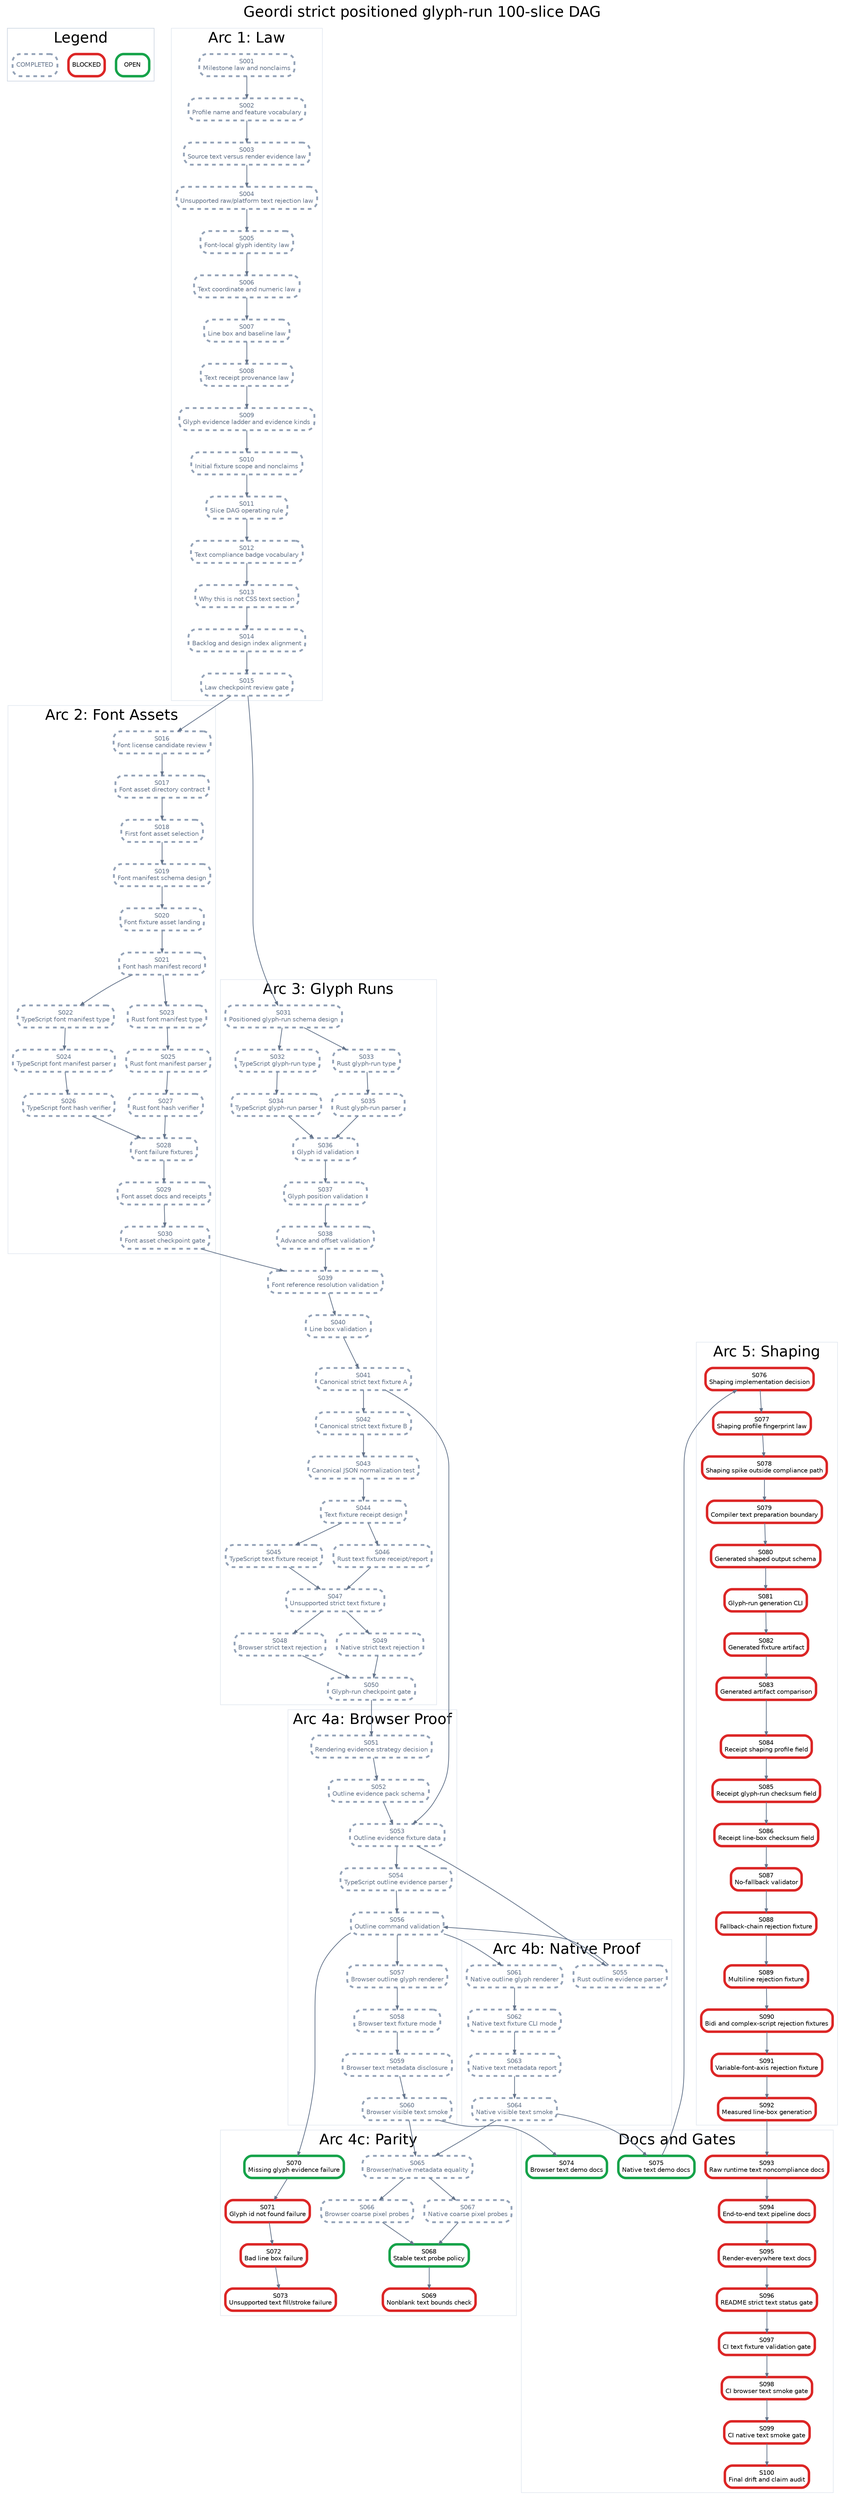
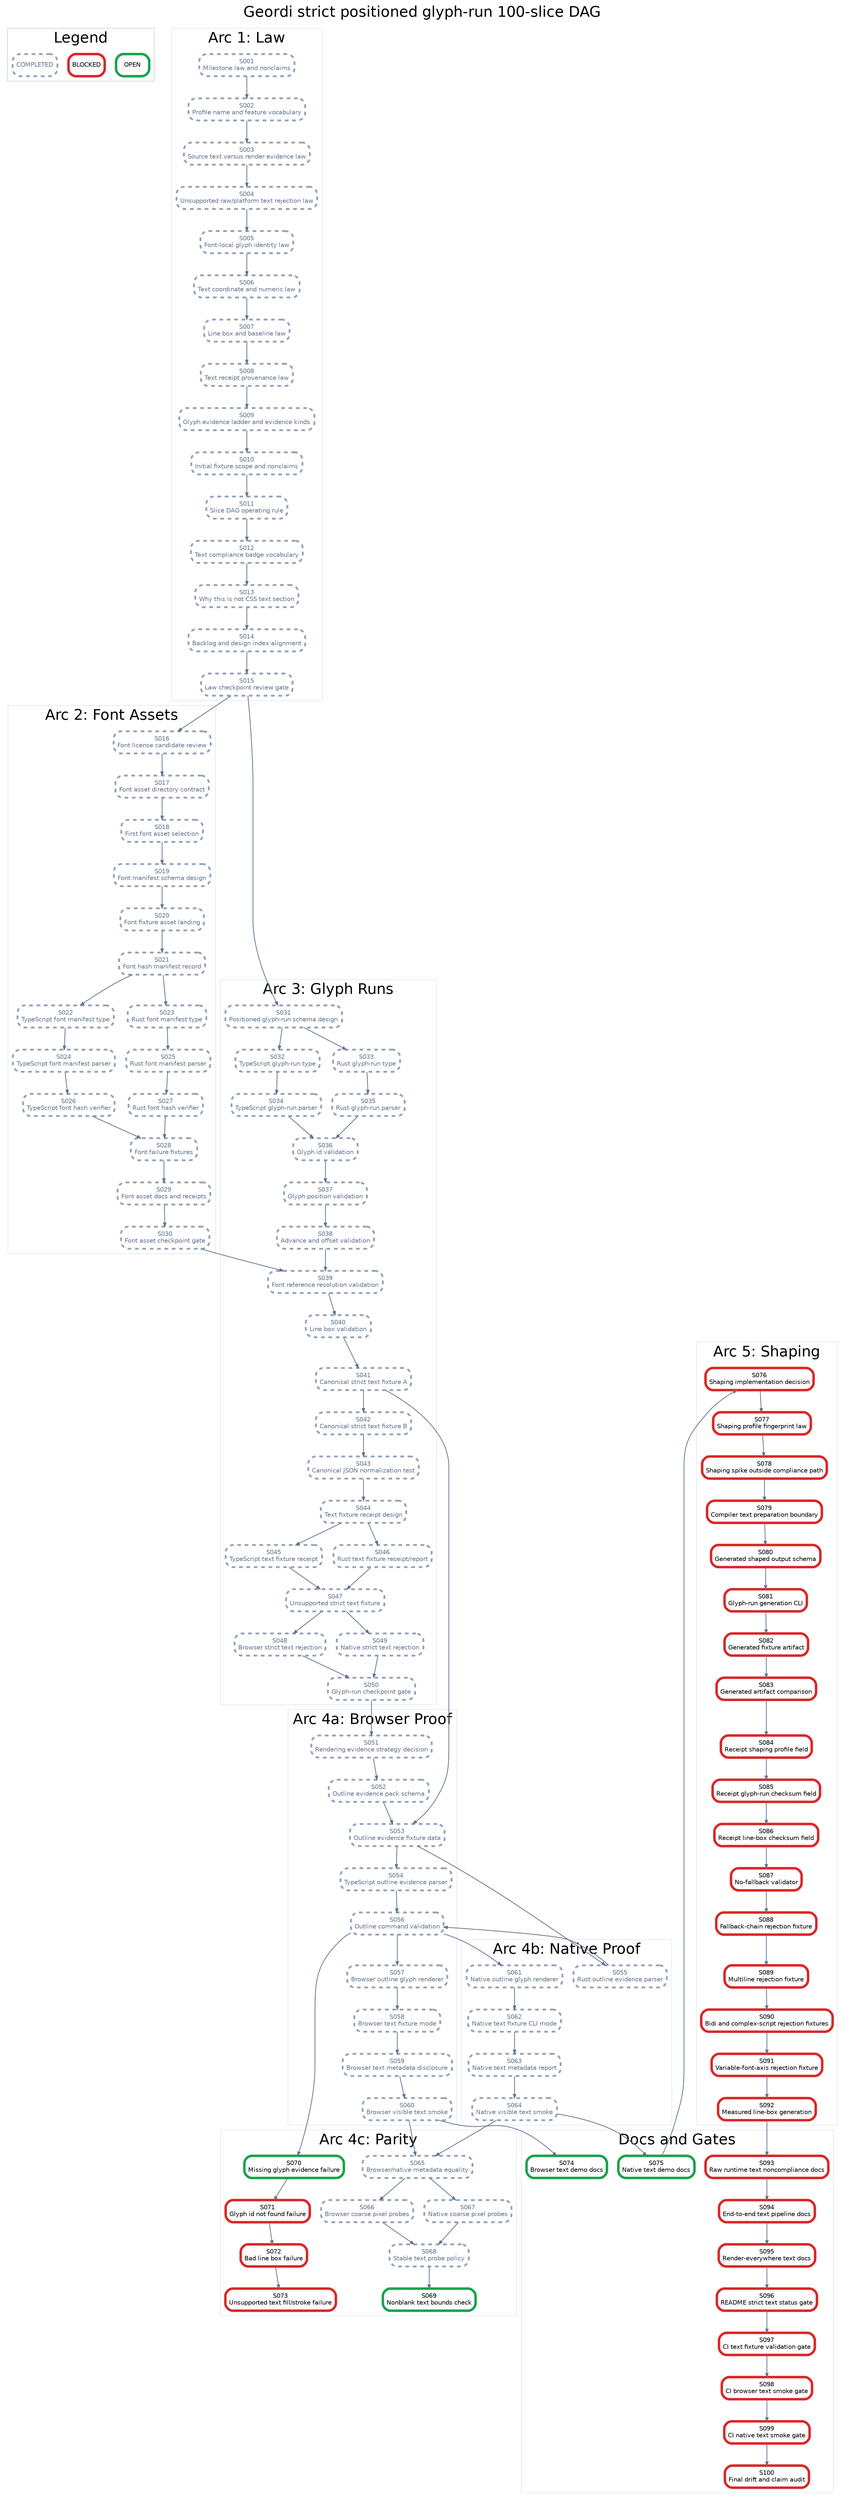
digraph StrictPositionedGlyphRunPlan {
  graph [rankdir=TB, bgcolor="white", fontname="Helvetica", label="Geordi strict positioned glyph-run 100-slice DAG", labelloc="t", fontsize=24];
  node [shape=box, style="rounded,filled", fillcolor="white", fontname="Helvetica", fontsize=10, margin="0.08,0.05"];
  edge [color="#64748b", arrowsize=0.6, penwidth=1.2];

  subgraph cluster_legend {
    label="Legend";
    color="#cbd5e1";
    legend_open [label="OPEN", color="#16a34a", penwidth=4];
    legend_blocked [label="BLOCKED", color="#dc2626", penwidth=4];
    legend_done [label="COMPLETED", color="#94a3b8", penwidth=3, style="rounded,filled,dashed", fontcolor="#64748b"];
  }

  subgraph cluster_law {
    label="Arc 1: Law";
    color="#e2e8f0";
    S001 [label="S001\nMilestone law and nonclaims", color="#94a3b8", penwidth=3, style="rounded,filled,dashed", fontcolor="#64748b"];
    S002 [label="S002\nProfile name and feature vocabulary", color="#94a3b8", penwidth=3, style="rounded,filled,dashed", fontcolor="#64748b"];
    S003 [label="S003\nSource text versus render evidence law", color="#94a3b8", penwidth=3, style="rounded,filled,dashed", fontcolor="#64748b"];
    S004 [label="S004\nUnsupported raw/platform text rejection law", color="#94a3b8", penwidth=3, style="rounded,filled,dashed", fontcolor="#64748b"];
    S005 [label="S005\nFont-local glyph identity law", color="#94a3b8", penwidth=3, style="rounded,filled,dashed", fontcolor="#64748b"];
    S006 [label="S006\nText coordinate and numeric law", color="#94a3b8", penwidth=3, style="rounded,filled,dashed", fontcolor="#64748b"];
    S007 [label="S007\nLine box and baseline law", color="#94a3b8", penwidth=3, style="rounded,filled,dashed", fontcolor="#64748b"];
    S008 [label="S008\nText receipt provenance law", color="#94a3b8", penwidth=3, style="rounded,filled,dashed", fontcolor="#64748b"];
    S009 [label="S009\nGlyph evidence ladder and evidence kinds", color="#94a3b8", penwidth=3, style="rounded,filled,dashed", fontcolor="#64748b"];
    S010 [label="S010\nInitial fixture scope and nonclaims", color="#94a3b8", penwidth=3, style="rounded,filled,dashed", fontcolor="#64748b"];
    S011 [label="S011\nSlice DAG operating rule", color="#94a3b8", penwidth=3, style="rounded,filled,dashed", fontcolor="#64748b"];
    S012 [label="S012\nText compliance badge vocabulary", color="#94a3b8", penwidth=3, style="rounded,filled,dashed", fontcolor="#64748b"];
    S013 [label="S013\nWhy this is not CSS text section", color="#94a3b8", penwidth=3, style="rounded,filled,dashed", fontcolor="#64748b"];
    S014 [label="S014\nBacklog and design index alignment", color="#94a3b8", penwidth=3, style="rounded,filled,dashed", fontcolor="#64748b"];
    S015 [label="S015\nLaw checkpoint review gate", color="#94a3b8", penwidth=3, style="rounded,filled,dashed", fontcolor="#64748b"];
  }

  subgraph cluster_assets {
    label="Arc 2: Font Assets";
    color="#e2e8f0";
    S016 [label="S016\nFont license candidate review", color="#94a3b8", penwidth=3, style="rounded,filled,dashed", fontcolor="#64748b"];
    S017 [label="S017\nFont asset directory contract", color="#94a3b8", penwidth=3, style="rounded,filled,dashed", fontcolor="#64748b"];
    S018 [label="S018\nFirst font asset selection", color="#94a3b8", penwidth=3, style="rounded,filled,dashed", fontcolor="#64748b"];
    S019 [label="S019\nFont manifest schema design", color="#94a3b8", penwidth=3, style="rounded,filled,dashed", fontcolor="#64748b"];
    S020 [label="S020\nFont fixture asset landing", color="#94a3b8", penwidth=3, style="rounded,filled,dashed", fontcolor="#64748b"];
    S021 [label="S021\nFont hash manifest record", color="#94a3b8", penwidth=3, style="rounded,filled,dashed", fontcolor="#64748b"];
    S022 [label="S022\nTypeScript font manifest type", color="#94a3b8", penwidth=3, style="rounded,filled,dashed", fontcolor="#64748b"];
    S023 [label="S023\nRust font manifest type", color="#94a3b8", penwidth=3, style="rounded,filled,dashed", fontcolor="#64748b"];
    S024 [label="S024\nTypeScript font manifest parser", color="#94a3b8", penwidth=3, style="rounded,filled,dashed", fontcolor="#64748b"];
    S025 [label="S025\nRust font manifest parser", color="#94a3b8", penwidth=3, style="rounded,filled,dashed", fontcolor="#64748b"];
    S026 [label="S026\nTypeScript font hash verifier", color="#94a3b8", penwidth=3, style="rounded,filled,dashed", fontcolor="#64748b"];
    S027 [label="S027\nRust font hash verifier", color="#94a3b8", penwidth=3, style="rounded,filled,dashed", fontcolor="#64748b"];
    S028 [label="S028\nFont failure fixtures", color="#94a3b8", penwidth=3, style="rounded,filled,dashed", fontcolor="#64748b"];
    S029 [label="S029\nFont asset docs and receipts", color="#94a3b8", penwidth=3, style="rounded,filled,dashed", fontcolor="#64748b"];
    S030 [label="S030\nFont asset checkpoint gate", color="#94a3b8", penwidth=3, style="rounded,filled,dashed", fontcolor="#64748b"];
  }

  subgraph cluster_glyph {
    label="Arc 3: Glyph Runs";
    color="#e2e8f0";
    S031 [label="S031\nPositioned glyph-run schema design", color="#94a3b8", penwidth=3, style="rounded,filled,dashed", fontcolor="#64748b"];
    S032 [label="S032\nTypeScript glyph-run type", color="#94a3b8", penwidth=3, style="rounded,filled,dashed", fontcolor="#64748b"];
    S033 [label="S033\nRust glyph-run type", color="#94a3b8", penwidth=3, style="rounded,filled,dashed", fontcolor="#64748b"];
    S034 [label="S034\nTypeScript glyph-run parser", color="#94a3b8", penwidth=3, style="rounded,filled,dashed", fontcolor="#64748b"];
    S035 [label="S035\nRust glyph-run parser", color="#94a3b8", penwidth=3, style="rounded,filled,dashed", fontcolor="#64748b"];
    S036 [label="S036\nGlyph id validation", color="#94a3b8", penwidth=3, style="rounded,filled,dashed", fontcolor="#64748b"];
    S037 [label="S037\nGlyph position validation", color="#94a3b8", penwidth=3, style="rounded,filled,dashed", fontcolor="#64748b"];
    S038 [label="S038\nAdvance and offset validation", color="#94a3b8", penwidth=3, style="rounded,filled,dashed", fontcolor="#64748b"];
    S039 [label="S039\nFont reference resolution validation", color="#94a3b8", penwidth=3, style="rounded,filled,dashed", fontcolor="#64748b"];
    S040 [label="S040\nLine box validation", color="#94a3b8", penwidth=3, style="rounded,filled,dashed", fontcolor="#64748b"];
    S041 [label="S041\nCanonical strict text fixture A", color="#94a3b8", penwidth=3, style="rounded,filled,dashed", fontcolor="#64748b"];
    S042 [label="S042\nCanonical strict text fixture B", color="#94a3b8", penwidth=3, style="rounded,filled,dashed", fontcolor="#64748b"];
    S043 [label="S043\nCanonical JSON normalization test", color="#94a3b8", penwidth=3, style="rounded,filled,dashed", fontcolor="#64748b"];
    S044 [label="S044\nText fixture receipt design", color="#94a3b8", penwidth=3, style="rounded,filled,dashed", fontcolor="#64748b"];
    S045 [label="S045\nTypeScript text fixture receipt", color="#94a3b8", penwidth=3, style="rounded,filled,dashed", fontcolor="#64748b"];
    S046 [label="S046\nRust text fixture receipt/report", color="#94a3b8", penwidth=3, style="rounded,filled,dashed", fontcolor="#64748b"];
    S047 [label="S047\nUnsupported strict text fixture", color="#94a3b8", penwidth=3, style="rounded,filled,dashed", fontcolor="#64748b"];
    S048 [label="S048\nBrowser strict text rejection", color="#94a3b8", penwidth=3, style="rounded,filled,dashed", fontcolor="#64748b"];
    S049 [label="S049\nNative strict text rejection", color="#94a3b8", penwidth=3, style="rounded,filled,dashed", fontcolor="#64748b"];
    S050 [label="S050\nGlyph-run checkpoint gate", color="#94a3b8", penwidth=3, style="rounded,filled,dashed", fontcolor="#64748b"];
  }

  subgraph cluster_browser {
    label="Arc 4a: Browser Proof";
    color="#e2e8f0";
    S051 [label="S051\nRendering evidence strategy decision", color="#94a3b8", penwidth=3, style="rounded,filled,dashed", fontcolor="#64748b"];
    S052 [label="S052\nOutline evidence pack schema", color="#94a3b8", penwidth=3, style="rounded,filled,dashed", fontcolor="#64748b"];
    S053 [label="S053\nOutline evidence fixture data", color="#94a3b8", penwidth=3, style="rounded,filled,dashed", fontcolor="#64748b"];
    S054 [label="S054\nTypeScript outline evidence parser", color="#94a3b8", penwidth=3, style="rounded,filled,dashed", fontcolor="#64748b"];
    S056 [label="S056\nOutline command validation", color="#94a3b8", penwidth=3, style="rounded,filled,dashed", fontcolor="#64748b"];
    S057 [label="S057\nBrowser outline glyph renderer", color="#94a3b8", penwidth=3, style="rounded,filled,dashed", fontcolor="#64748b"];
    S058 [label="S058\nBrowser text fixture mode", color="#94a3b8", penwidth=3, style="rounded,filled,dashed", fontcolor="#64748b"];
    S059 [label="S059\nBrowser text metadata disclosure", color="#94a3b8", penwidth=3, style="rounded,filled,dashed", fontcolor="#64748b"];
    S060 [label="S060\nBrowser visible text smoke", color="#94a3b8", penwidth=3, style="rounded,filled,dashed", fontcolor="#64748b"];
  }

  subgraph cluster_native {
    label="Arc 4b: Native Proof";
    color="#e2e8f0";
    S055 [label="S055\nRust outline evidence parser", color="#94a3b8", penwidth=3, style="rounded,filled,dashed", fontcolor="#64748b"];
    S061 [label="S061\nNative outline glyph renderer", color="#94a3b8", penwidth=3, style="rounded,filled,dashed", fontcolor="#64748b"];
    S062 [label="S062\nNative text fixture CLI mode", color="#94a3b8", penwidth=3, style="rounded,filled,dashed", fontcolor="#64748b"];
    S063 [label="S063\nNative text metadata report", color="#94a3b8", penwidth=3, style="rounded,filled,dashed", fontcolor="#64748b"];
    S064 [label="S064\nNative visible text smoke", color="#94a3b8", penwidth=3, style="rounded,filled,dashed", fontcolor="#64748b"];
  }

  subgraph cluster_parity {
    label="Arc 4c: Parity";
    color="#e2e8f0";
    S065 [label="S065\nBrowser/native metadata equality", color="#94a3b8", penwidth=3, style="rounded,filled,dashed", fontcolor="#64748b"];
    S066 [label="S066\nBrowser coarse pixel probes", color="#94a3b8", penwidth=3, style="rounded,filled,dashed", fontcolor="#64748b"];
    S067 [label="S067\nNative coarse pixel probes", color="#94a3b8", penwidth=3, style="rounded,filled,dashed", fontcolor="#64748b"];
-     S068 [label="S068\nStable text probe policy", color="#16a34a", penwidth=4];
-     S069 [label="S069\nNonblank text bounds check", color="#dc2626", penwidth=4];
+     S068 [label="S068\nStable text probe policy", color="#94a3b8", penwidth=3, style="rounded,filled,dashed", fontcolor="#64748b"];
+     S069 [label="S069\nNonblank text bounds check", color="#16a34a", penwidth=4];
    S070 [label="S070\nMissing glyph evidence failure", color="#16a34a", penwidth=4];
    S071 [label="S071\nGlyph id not found failure", color="#dc2626", penwidth=4];
    S072 [label="S072\nBad line box failure", color="#dc2626", penwidth=4];
    S073 [label="S073\nUnsupported text fill/stroke failure", color="#dc2626", penwidth=4];
  }

  subgraph cluster_shaping {
    label="Arc 5: Shaping";
    color="#e2e8f0";
    S076 [label="S076\nShaping implementation decision", color="#dc2626", penwidth=4];
    S077 [label="S077\nShaping profile fingerprint law", color="#dc2626", penwidth=4];
    S078 [label="S078\nShaping spike outside compliance path", color="#dc2626", penwidth=4];
    S079 [label="S079\nCompiler text preparation boundary", color="#dc2626", penwidth=4];
    S080 [label="S080\nGenerated shaped output schema", color="#dc2626", penwidth=4];
    S081 [label="S081\nGlyph-run generation CLI", color="#dc2626", penwidth=4];
    S082 [label="S082\nGenerated fixture artifact", color="#dc2626", penwidth=4];
    S083 [label="S083\nGenerated artifact comparison", color="#dc2626", penwidth=4];
    S084 [label="S084\nReceipt shaping profile field", color="#dc2626", penwidth=4];
    S085 [label="S085\nReceipt glyph-run checksum field", color="#dc2626", penwidth=4];
    S086 [label="S086\nReceipt line-box checksum field", color="#dc2626", penwidth=4];
    S087 [label="S087\nNo-fallback validator", color="#dc2626", penwidth=4];
    S088 [label="S088\nFallback-chain rejection fixture", color="#dc2626", penwidth=4];
    S089 [label="S089\nMultiline rejection fixture", color="#dc2626", penwidth=4];
    S090 [label="S090\nBidi and complex-script rejection fixtures", color="#dc2626", penwidth=4];
    S091 [label="S091\nVariable-font-axis rejection fixture", color="#dc2626", penwidth=4];
    S092 [label="S092\nMeasured line-box generation", color="#dc2626", penwidth=4];
  }

  subgraph cluster_docs {
    label="Docs and Gates";
    color="#e2e8f0";
    S074 [label="S074\nBrowser text demo docs", color="#16a34a", penwidth=4];
    S075 [label="S075\nNative text demo docs", color="#16a34a", penwidth=4];
    S093 [label="S093\nRaw runtime text noncompliance docs", color="#dc2626", penwidth=4];
    S094 [label="S094\nEnd-to-end text pipeline docs", color="#dc2626", penwidth=4];
    S095 [label="S095\nRender-everywhere text docs", color="#dc2626", penwidth=4];
    S096 [label="S096\nREADME strict text status gate", color="#dc2626", penwidth=4];
    S097 [label="S097\nCI text fixture validation gate", color="#dc2626", penwidth=4];
    S098 [label="S098\nCI browser text smoke gate", color="#dc2626", penwidth=4];
    S099 [label="S099\nCI native text smoke gate", color="#dc2626", penwidth=4];
    S100 [label="S100\nFinal drift and claim audit", color="#dc2626", penwidth=4];
  }

  S001 -> S002;
  S002 -> S003;
  S003 -> S004;
  S004 -> S005;
  S005 -> S006;
  S006 -> S007;
  S007 -> S008;
  S008 -> S009;
  S009 -> S010;
  S010 -> S011;
  S011 -> S012;
  S012 -> S013;
  S013 -> S014;
  S014 -> S015;
  S015 -> S016;
  S016 -> S017;
  S017 -> S018;
  S018 -> S019;
  S019 -> S020;
  S020 -> S021;
  S021 -> S022;
  S021 -> S023;
  S022 -> S024;
  S023 -> S025;
  S024 -> S026;
  S025 -> S027;
  S026 -> S028;
  S027 -> S028;
  S028 -> S029;
  S029 -> S030;
  S015 -> S031;
  S031 -> S032;
  S031 -> S033;
  S032 -> S034;
  S033 -> S035;
  S034 -> S036;
  S035 -> S036;
  S036 -> S037;
  S037 -> S038;
  S038 -> S039;
  S039 -> S040;
  S030 -> S039;
  S040 -> S041;
  S041 -> S042;
  S042 -> S043;
  S043 -> S044;
  S044 -> S045;
  S044 -> S046;
  S045 -> S047;
  S046 -> S047;
  S047 -> S048;
  S047 -> S049;
  S048 -> S050;
  S049 -> S050;
  S050 -> S051;
  S051 -> S052;
  S052 -> S053;
  S041 -> S053;
  S053 -> S054;
  S053 -> S055;
  S054 -> S056;
  S055 -> S056;
  S056 -> S057;
  S057 -> S058;
  S058 -> S059;
  S059 -> S060;
  S056 -> S061;
  S061 -> S062;
  S062 -> S063;
  S063 -> S064;
  S060 -> S065;
  S064 -> S065;
  S065 -> S066;
  S065 -> S067;
  S066 -> S068;
  S067 -> S068;
  S068 -> S069;
  S056 -> S070;
  S070 -> S071;
  S071 -> S072;
  S072 -> S073;
  S060 -> S074;
  S064 -> S075;
  S075 -> S076;
  S076 -> S077;
  S077 -> S078;
  S078 -> S079;
  S079 -> S080;
  S080 -> S081;
  S081 -> S082;
  S082 -> S083;
  S083 -> S084;
  S084 -> S085;
  S085 -> S086;
  S086 -> S087;
  S087 -> S088;
  S088 -> S089;
  S089 -> S090;
  S090 -> S091;
  S091 -> S092;
  S092 -> S093;
  S093 -> S094;
  S094 -> S095;
  S095 -> S096;
  S096 -> S097;
  S097 -> S098;
  S098 -> S099;
  S099 -> S100;
}
